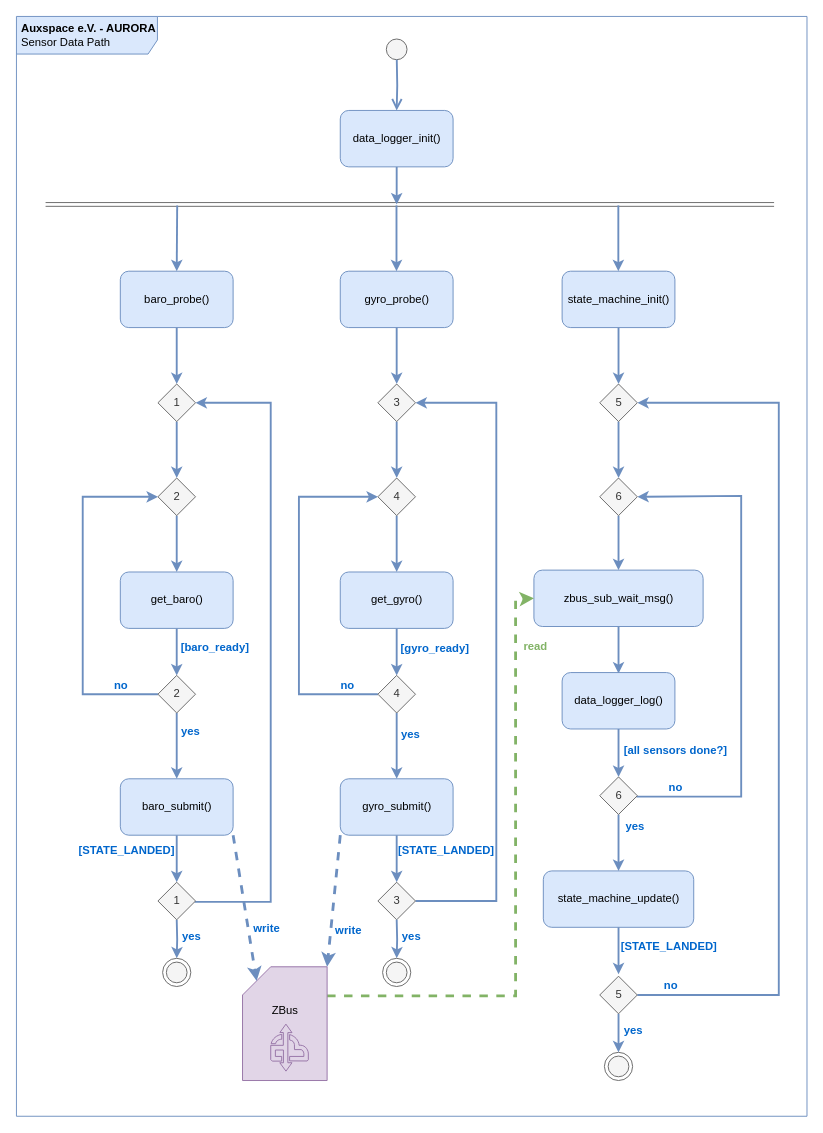
Above: doc/drawio_src/sensor_datapath.drawio in AUXSPACEeV/aurora (draw.io), before the change. Source tidied: cells renumbered, new cells numbered last; positions are measured from the earlier drawing's top-left corner, leaving out a move shared by most shapes. Both pictures are drawn from the tidied source at 94%, with x=0, y=0 at pixel (16, 16).
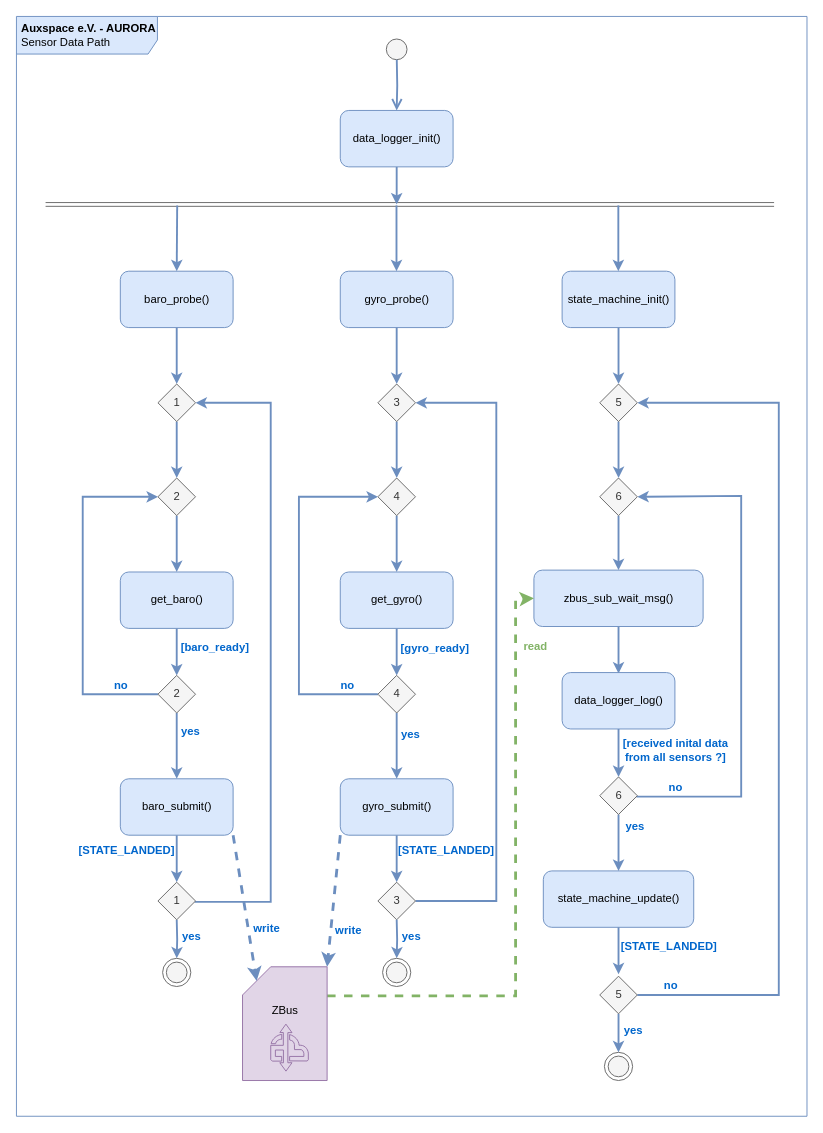
After the change.

Commit message (it also covers changes not shown here):
docs(sensor_board): :memo: updated data flow diagram

The edit, as a diff of the source:
```diff
@@
-    <mxCell id="79" value="[all sensors done?]" style="edgeLabel;html=1;align=center;verticalAlign=middle;labelBackgroundColor=none;fontColor=#0066CC;fontSize=12;fontStyle=1;" parent="1" vertex="1">
+    <mxCell id="79" value="&lt;font&gt;&lt;font style=&quot;color: rgb(0, 102, 204);&quot;&gt;[&lt;/font&gt;&lt;font style=&quot;color: rgb(0, 102, 204);&quot;&gt;received&lt;/font&gt;&lt;font style=&quot;color: rgb(0, 102, 204);&quot;&gt; inital data&lt;/font&gt;&lt;/font&gt;&lt;div&gt;&lt;font style=&quot;color: rgb(0, 102, 204);&quot;&gt;from all sensors ?]&lt;/font&gt;&lt;/div&gt;" style="edgeLabel;html=1;align=center;verticalAlign=middle;labelBackgroundColor=none;fontColor=#0066CC;fontSize=12;fontStyle=1;" parent="1" vertex="1">
       <mxGeometry x="700.5" y="780" as="geometry" />
     </mxCell>
```
